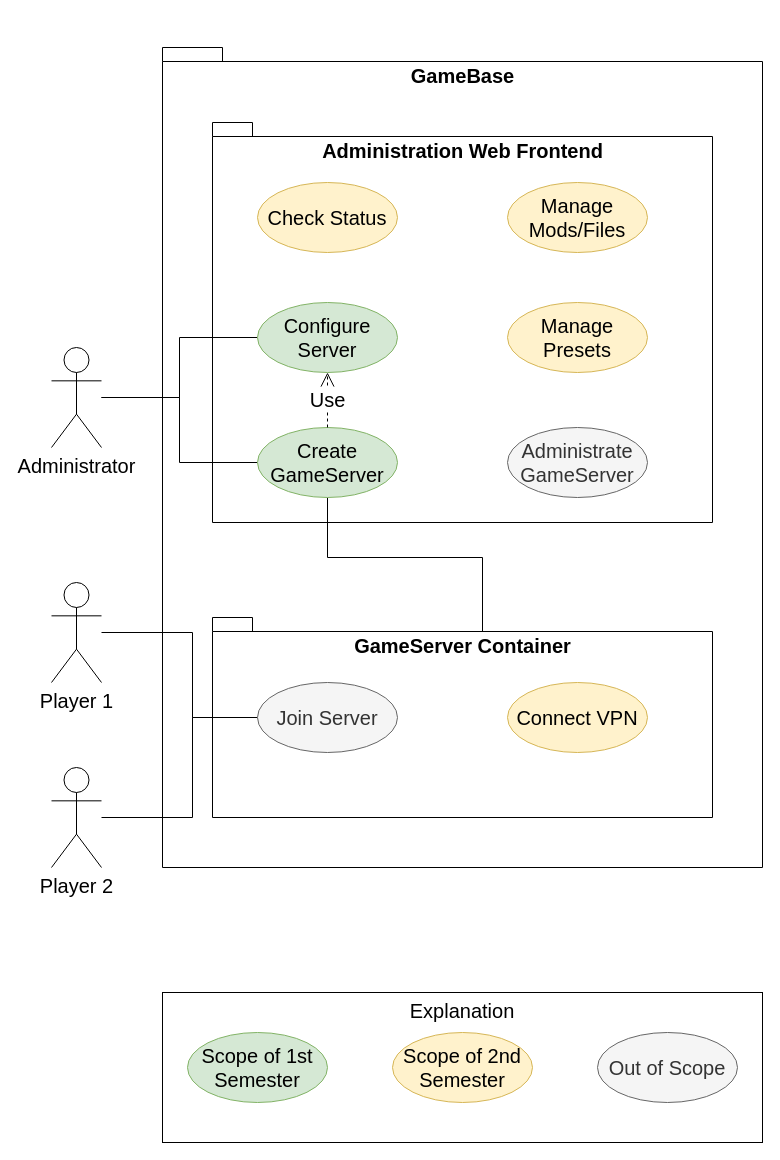
GameBaseDE/documentation keeps this draw.io diagram as requirements/diagramms/Use_Case_Diagramm.drawio. Above is the earlier version. Source tidied: cells renumbered, new cells numbered last; positions are measured from the earlier drawing's top-left corner, leaving out a move shared by most shapes. Both pictures are drawn from the tidied source at 100%, with x=0, y=0 at pixel (51, 47).
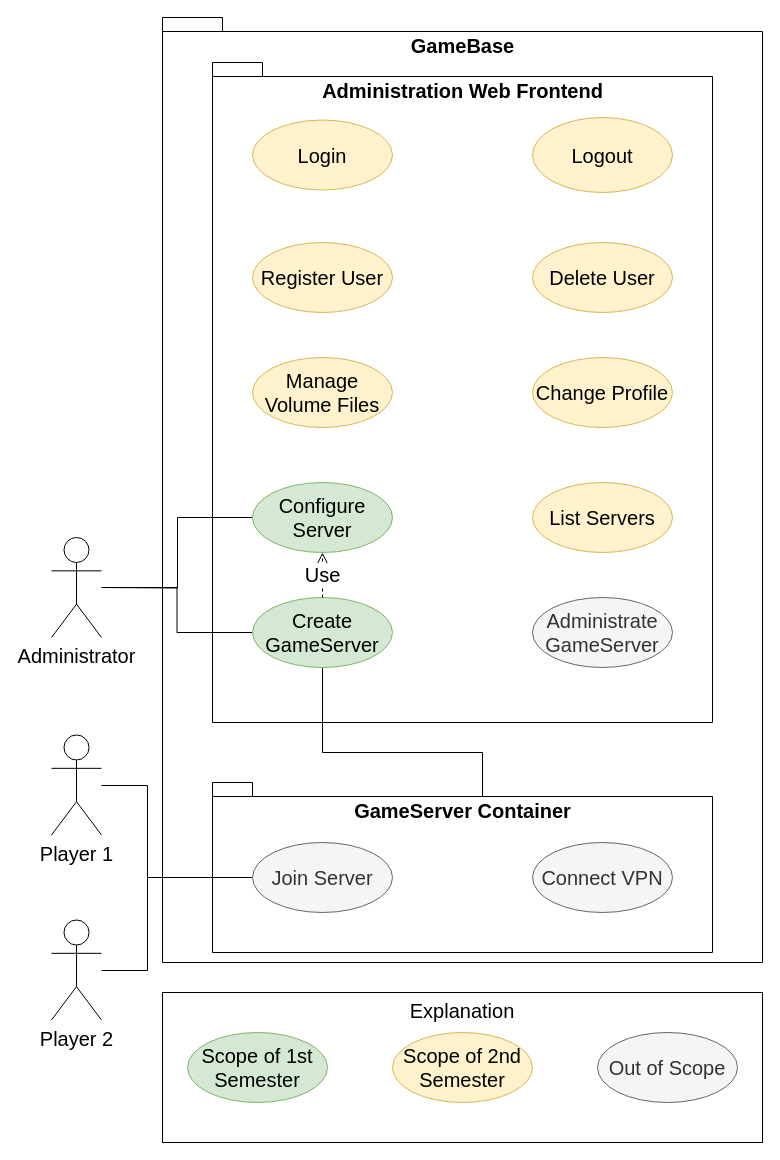
The same diagram, later.

Commit message (it also covers changes not shown here):
Modified Use Case Diagramm

Diff of the diagram source:
```diff
@@
     <mxCell id="2" value="GameBase" style="shape=folder;fontStyle=1;spacingTop=10;tabWidth=40;tabHeight=14;tabPosition=left;html=1;horizontal=1;verticalAlign=top;fontSize=20;" parent="1" vertex="1">
-      <mxGeometry x="111" width="600" height="820" as="geometry" />
+      <mxGeometry x="111" y="-30" width="600" height="945" as="geometry" />
     </mxCell>
-    <mxCell id="3" value="GameServer Container" style="shape=folder;fontStyle=1;spacingTop=10;tabWidth=40;tabHeight=14;tabPosition=left;html=1;horizontal=1;verticalAlign=top;fontSize=20;" parent="1" vertex="1">
-      <mxGeometry x="161" y="570" width="500" height="200" as="geometry" />
-    </mxCell>
     <mxCell id="4" value="Administration Web Frontend" style="shape=folder;fontStyle=1;spacingTop=10;tabWidth=40;tabHeight=14;tabPosition=left;html=1;horizontal=1;verticalAlign=top;fontSize=20;" parent="1" vertex="1">
-      <mxGeometry x="161" y="75" width="500" height="400" as="geometry" />
+      <mxGeometry x="161" y="15" width="500" height="660" as="geometry" />
     </mxCell>
+    <mxCell id="26" style="edgeStyle=orthogonalEdgeStyle;rounded=0;jettySize=auto;html=1;entryX=0;entryY=0.5;entryDx=0;entryDy=0;endArrow=none;endFill=0;" parent="1" edge="1" target="15">
+      <mxGeometry relative="1" as="geometry">
+        <mxPoint x="50" y="540" as="sourcePoint" />
+      </mxGeometry>
+    </mxCell>
-    <mxCell id="5" style="edgeStyle=orthogonalEdgeStyle;rounded=0;jettySize=auto;html=1;endArrow=none;endFill=0;entryX=0;entryY=0.5;entryDx=0;entryDy=0;" parent="1" edge="1" source="7" target="14">
+    <mxCell id="5" style="edgeStyle=orthogonalEdgeStyle;rounded=0;jettySize=auto;html=1;entryX=0;entryY=0.5;entryDx=0;entryDy=0;endArrow=none;endFill=0;" parent="1" edge="1" source="7" target="14">
       <mxGeometry relative="1" as="geometry" />
     </mxCell>
-    <mxCell id="6" style="edgeStyle=orthogonalEdgeStyle;rounded=0;jettySize=auto;html=1;entryX=0;entryY=0.5;entryDx=0;entryDy=0;endArrow=none;endFill=0;" parent="1" edge="1" source="7" target="15">
-      <mxGeometry relative="1" as="geometry" />
-    </mxCell>
     <mxCell id="7" value="&lt;font style=&quot;font-size: 20px&quot;&gt;Administrator&lt;/font&gt;" style="shape=umlActor;verticalLabelPosition=bottom;labelBackgroundColor=#ffffff;verticalAlign=top;html=1;align=center;" parent="1" vertex="1">
-      <mxGeometry y="300" width="50" height="100" as="geometry" />
+      <mxGeometry y="490" width="50" height="100" as="geometry" />
     </mxCell>
-    <mxCell id="8" style="edgeStyle=orthogonalEdgeStyle;rounded=0;jettySize=auto;html=1;entryX=0;entryY=0.5;entryDx=0;entryDy=0;endArrow=none;endFill=0;fontSize=20;" parent="1" edge="1" source="9" target="12">
-      <mxGeometry relative="1" as="geometry">
-        <Array as="points">
-          <mxPoint x="141" y="585" />
-          <mxPoint x="141" y="670" />
-        </Array>
-      </mxGeometry>
-    </mxCell>
     <mxCell id="9" value="&lt;font style=&quot;font-size: 20px&quot;&gt;Player 1&lt;/font&gt;" style="shape=umlActor;verticalLabelPosition=bottom;labelBackgroundColor=#ffffff;verticalAlign=top;html=1;" parent="1" vertex="1">
-      <mxGeometry y="535" width="50" height="100" as="geometry" />
+      <mxGeometry y="687.5" width="50" height="100" as="geometry" />
     </mxCell>
-    <mxCell id="10" style="edgeStyle=orthogonalEdgeStyle;rounded=0;jettySize=auto;html=1;entryX=0;entryY=0.5;entryDx=0;entryDy=0;endArrow=none;endFill=0;" parent="1" edge="1" source="11" target="12">
-      <mxGeometry relative="1" as="geometry">
-        <Array as="points">
-          <mxPoint x="141" y="770" />
-          <mxPoint x="141" y="670" />
-        </Array>
-      </mxGeometry>
-    </mxCell>
     <mxCell id="11" value="&lt;font style=&quot;font-size: 20px&quot;&gt;Player 2&lt;/font&gt;" style="shape=umlActor;verticalLabelPosition=bottom;labelBackgroundColor=#ffffff;verticalAlign=top;html=1;" parent="1" vertex="1">
-      <mxGeometry y="720" width="50" height="100" as="geometry" />
+      <mxGeometry y="872.5" width="50" height="100" as="geometry" />
     </mxCell>
-    <mxCell id="12" value="&lt;div&gt;Join Server&lt;/div&gt;" style="ellipse;whiteSpace=wrap;html=1;fontSize=20;fillColor=#f5f5f5;strokeColor=#666666;fontColor=#333333;" parent="1" vertex="1">
-      <mxGeometry x="206" y="635" width="140" height="70" as="geometry" />
-    </mxCell>
-    <mxCell id="13" style="edgeStyle=orthogonalEdgeStyle;rounded=0;jettySize=auto;html=1;exitX=0.5;exitY=1;exitDx=0;exitDy=0;entryX=0;entryY=0;entryDx=270;entryDy=14;entryPerimeter=0;endArrow=none;endFill=0;" parent="1" edge="1" source="14" target="3">
-      <mxGeometry relative="1" as="geometry" />
-    </mxCell>
-    <mxCell id="14" value="Create GameServer" style="ellipse;whiteSpace=wrap;html=1;fontSize=20;fillColor=#d5e8d4;strokeColor=#82b366;" parent="1" vertex="1">
-      <mxGeometry x="206" y="380" width="140" height="70" as="geometry" />
-    </mxCell>
-    <mxCell id="15" value="Configure Server" style="ellipse;whiteSpace=wrap;html=1;fontSize=20;fillColor=#d5e8d4;strokeColor=#82b366;" parent="1" vertex="1">
-      <mxGeometry x="206" y="255" width="140" height="70" as="geometry" />
-    </mxCell>
-    <mxCell id="16" value="Manage Presets" style="ellipse;whiteSpace=wrap;html=1;fontSize=20;align=center;fillColor=#fff2cc;strokeColor=#d6b656;" parent="1" vertex="1">
-      <mxGeometry x="456" y="255" width="140" height="70" as="geometry" />
-    </mxCell>
-    <mxCell id="17" value="Manage Mods/Files" style="ellipse;whiteSpace=wrap;html=1;fontSize=20;align=center;fillColor=#fff2cc;strokeColor=#d6b656;" parent="1" vertex="1">
-      <mxGeometry x="456" y="135" width="140" height="70" as="geometry" />
-    </mxCell>
-    <mxCell id="18" value="&lt;div&gt;Check Status&lt;/div&gt;" style="ellipse;whiteSpace=wrap;html=1;fontSize=20;align=center;fillColor=#fff2cc;strokeColor=#d6b656;" parent="1" vertex="1">
-      <mxGeometry x="206" y="135" width="140" height="70" as="geometry" />
-    </mxCell>
-    <mxCell id="19" value="Use" style="endArrow=open;endSize=12;dashed=1;html=1;fontSize=20;entryX=0.5;entryY=1;entryDx=0;entryDy=0;exitX=0.5;exitY=0;exitDx=0;exitDy=0;" parent="1" edge="1" source="14" target="15">
-      <mxGeometry relative="1" as="geometry" />
-    </mxCell>
@@
+    <mxCell id="3" value="GameServer Container" style="shape=folder;fontStyle=1;spacingTop=10;tabWidth=40;tabHeight=14;tabPosition=left;html=1;horizontal=1;verticalAlign=top;fontSize=20;" parent="1" vertex="1">
+      <mxGeometry x="161" y="735" width="500" height="170" as="geometry" />
+    </mxCell>
+    <mxCell id="27" style="edgeStyle=orthogonalEdgeStyle;rounded=0;jettySize=auto;html=1;exitX=0;exitY=0.5;exitDx=0;exitDy=0;endArrow=none;endFill=0;" parent="1" edge="1" source="12" target="9">
+      <mxGeometry relative="1" as="geometry">
+        <Array as="points">
+          <mxPoint x="96" y="830" />
+          <mxPoint x="96" y="738" />
+        </Array>
+      </mxGeometry>
+    </mxCell>
+    <mxCell id="28" style="edgeStyle=orthogonalEdgeStyle;rounded=0;jettySize=auto;html=1;exitX=0;exitY=0.5;exitDx=0;exitDy=0;endArrow=none;endFill=0;" parent="1" edge="1" source="12">
+      <mxGeometry relative="1" as="geometry">
+        <mxPoint x="50" y="923" as="targetPoint" />
+        <Array as="points">
+          <mxPoint x="96" y="830" />
+          <mxPoint x="96" y="923" />
+          <mxPoint x="50" y="923" />
+        </Array>
+      </mxGeometry>
+    </mxCell>
+    <mxCell id="12" value="&lt;div&gt;Join Server&lt;/div&gt;" style="ellipse;whiteSpace=wrap;html=1;fontSize=20;fillColor=#f5f5f5;strokeColor=#666666;fontColor=#333333;" parent="1" vertex="1">
+      <mxGeometry x="201" y="795" width="140" height="70" as="geometry" />
+    </mxCell>
+    <mxCell id="25" value="&lt;div&gt;Connect VPN&lt;/div&gt;" style="ellipse;whiteSpace=wrap;html=1;fontSize=20;fillColor=#f5f5f5;strokeColor=#666666;fontColor=#333333;" parent="1" vertex="1">
+      <mxGeometry x="481" y="795" width="140" height="70" as="geometry" />
+    </mxCell>
+    <mxCell id="29" value="Login" style="ellipse;whiteSpace=wrap;html=1;fontSize=20;align=center;fillColor=#fff2cc;strokeColor=#d6b656;" parent="1" vertex="1">
+      <mxGeometry x="201" y="72.5" width="140" height="70" as="geometry" />
+    </mxCell>
+    <mxCell id="30" value="Logout" style="ellipse;whiteSpace=wrap;html=1;fontSize=20;align=center;fillColor=#fff2cc;strokeColor=#d6b656;" parent="1" vertex="1">
+      <mxGeometry x="481" y="70" width="140" height="75" as="geometry" />
+    </mxCell>
+    <mxCell id="31" value="Register User" style="ellipse;whiteSpace=wrap;html=1;fontSize=20;align=center;fillColor=#fff2cc;strokeColor=#d6b656;" parent="1" vertex="1">
+      <mxGeometry x="201" y="195" width="140" height="70" as="geometry" />
+    </mxCell>
+    <mxCell id="32" value="Delete User" style="ellipse;whiteSpace=wrap;html=1;fontSize=20;align=center;fillColor=#fff2cc;strokeColor=#d6b656;" parent="1" vertex="1">
+      <mxGeometry x="481" y="195" width="140" height="70" as="geometry" />
+    </mxCell>
+    <mxCell id="33" value="Change Profile" style="ellipse;whiteSpace=wrap;html=1;fontSize=20;align=center;fillColor=#fff2cc;strokeColor=#d6b656;" parent="1" vertex="1">
+      <mxGeometry x="481" y="310" width="140" height="70" as="geometry" />
+    </mxCell>
+    <mxCell id="34" value="Manage Volume Files" style="ellipse;whiteSpace=wrap;html=1;fontSize=20;align=center;fillColor=#fff2cc;strokeColor=#d6b656;" parent="1" vertex="1">
+      <mxGeometry x="201" y="310" width="140" height="70" as="geometry" />
+    </mxCell>
     <mxCell id="24" value="Administrate GameServer" style="ellipse;whiteSpace=wrap;html=1;fontSize=20;align=center;fillColor=#f5f5f5;strokeColor=#666666;fontColor=#333333;" parent="1" vertex="1">
-      <mxGeometry x="456" y="380" width="140" height="70" as="geometry" />
+      <mxGeometry x="481" y="550" width="140" height="70" as="geometry" />
     </mxCell>
-    <mxCell id="25" value="&lt;div&gt;Connect VPN&lt;/div&gt;" style="ellipse;whiteSpace=wrap;html=1;fontSize=20;align=center;fillColor=#fff2cc;strokeColor=#d6b656;" parent="1" vertex="1">
-      <mxGeometry x="456" y="635" width="140" height="70" as="geometry" />
-    </mxCell>
+    <mxCell id="13" style="edgeStyle=orthogonalEdgeStyle;rounded=0;jettySize=auto;html=1;exitX=0.5;exitY=1;exitDx=0;exitDy=0;entryX=0;entryY=0;entryDx=270;entryDy=14;entryPerimeter=0;endArrow=none;endFill=0;" parent="1" edge="1" source="14" target="3">
+      <mxGeometry relative="1" as="geometry">
+        <Array as="points">
+          <mxPoint x="271" y="705" />
+          <mxPoint x="431" y="705" />
+        </Array>
+      </mxGeometry>
+    </mxCell>
+    <mxCell id="14" value="Create GameServer" style="ellipse;whiteSpace=wrap;html=1;fontSize=20;fillColor=#d5e8d4;strokeColor=#82b366;" parent="1" vertex="1">
+      <mxGeometry x="201" y="550" width="140" height="70" as="geometry" />
+    </mxCell>
+    <mxCell id="15" value="Configure Server" style="ellipse;whiteSpace=wrap;html=1;fontSize=20;fillColor=#d5e8d4;strokeColor=#82b366;" parent="1" vertex="1">
+      <mxGeometry x="201" y="435" width="140" height="70" as="geometry" />
+    </mxCell>
+    <mxCell id="35" value="List Servers" style="ellipse;whiteSpace=wrap;html=1;fontSize=20;align=center;fillColor=#fff2cc;strokeColor=#d6b656;" parent="1" vertex="1">
+      <mxGeometry x="481" y="435" width="140" height="70" as="geometry" />
+    </mxCell>
+    <mxCell id="19" value="Use" style="endArrow=open;endSize=12;dashed=1;html=1;fontSize=20;entryX=0.5;entryY=1;entryDx=0;entryDy=0;exitX=0.5;exitY=0;exitDx=0;exitDy=0;" parent="1" edge="1" source="14" target="15">
+      <mxGeometry relative="1" as="geometry" />
+    </mxCell>
```
